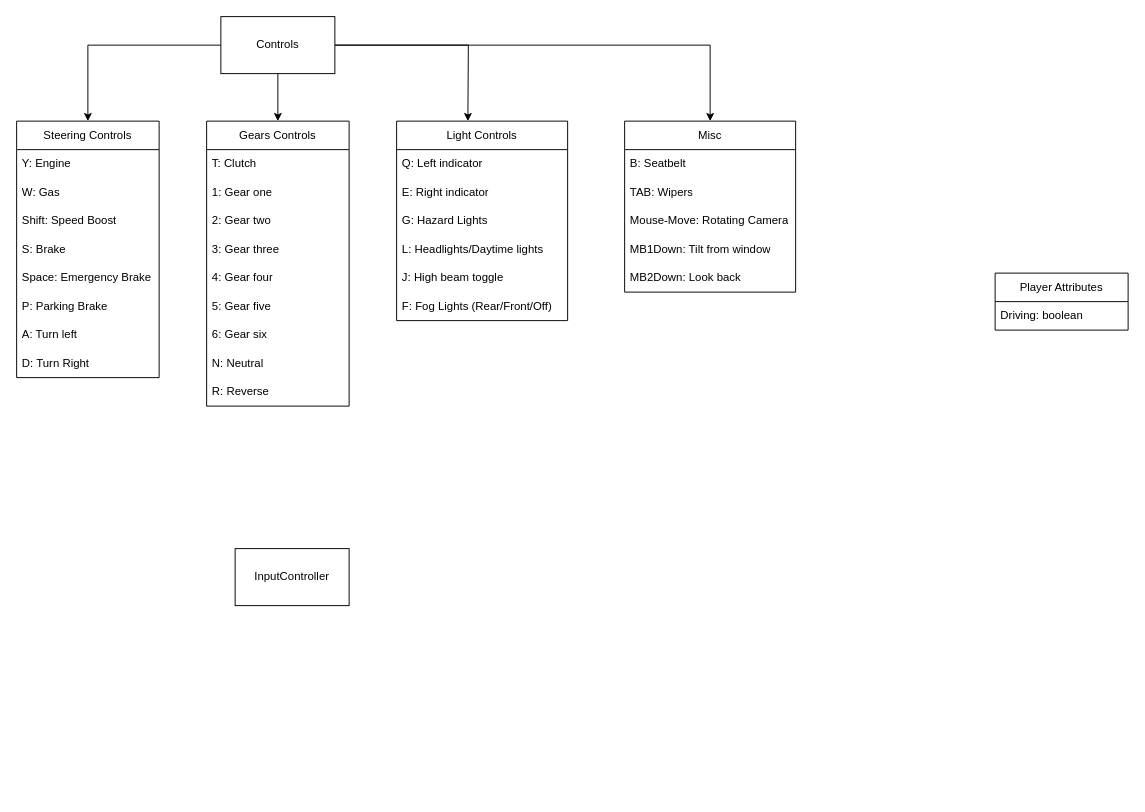
Above: Personal/Car System.drawio in olimaly/Diagrams (draw.io), before the change. Source tidied: cells renumbered, new cells numbered last; positions are measured from the earlier drawing's top-left corner, leaving out a move shared by most shapes. Both pictures are drawn from the tidied source at 95%, with x=0, y=0 at pixel (16, 16).
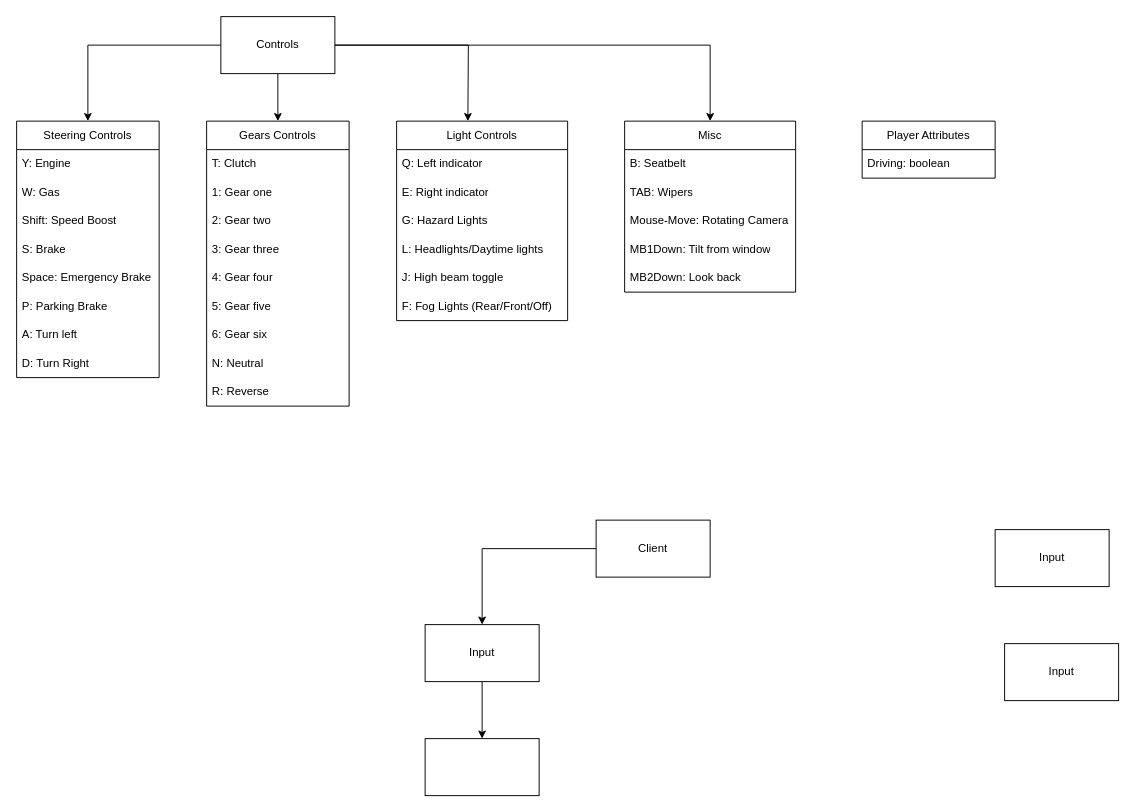
Above is the later version.

Change to the diagram source:
```diff
@@
+    <mxCell id="42" style="edgeStyle=orthogonalEdgeStyle;rounded=0;jettySize=auto;html=1;" parent="1" edge="1" source="2" target="43">
+      <mxGeometry relative="1" as="geometry" />
+    </mxCell>
-    <mxCell id="2" value="InputController" style="rounded=0;whiteSpace=wrap;html=1;" parent="1" vertex="1">
-      <mxGeometry x="230" y="560" width="120" height="60" as="geometry" />
+    <mxCell id="2" value="Input" style="rounded=0;whiteSpace=wrap;html=1;" parent="1" vertex="1">
+      <mxGeometry x="430" y="640" width="120" height="60" as="geometry" />
     </mxCell>
     <mxCell id="3" value="Player Attributes" style="swimlane;fontStyle=0;horizontal=1;startSize=30;whiteSpace=wrap;html=1;" parent="1" vertex="1">
-      <mxGeometry x="1030" y="270" width="140" height="60" as="geometry" />
+      <mxGeometry x="890" y="110" width="140" height="60" as="geometry" />
     </mxCell>
@@
+    <mxCell id="43" style="whiteSpace=wrap;html=1;rounded=0;" parent="1" vertex="1">
+      <mxGeometry x="430" y="760" width="120" height="60" as="geometry" />
+    </mxCell>
+    <mxCell id="44" style="edgeStyle=orthogonalEdgeStyle;rounded=0;jettySize=auto;html=1;" parent="1" edge="1" source="45" target="2">
+      <mxGeometry relative="1" as="geometry" />
+    </mxCell>
+    <mxCell id="45" value="Client" style="rounded=0;whiteSpace=wrap;html=1;" parent="1" vertex="1">
+      <mxGeometry x="610" y="530" width="120" height="60" as="geometry" />
+    </mxCell>
+    <mxCell id="46" value="Input" style="rounded=0;whiteSpace=wrap;html=1;" parent="1" vertex="1">
+      <mxGeometry x="1030" y="540" width="120" height="60" as="geometry" />
+    </mxCell>
+    <mxCell id="47" value="Input" style="rounded=0;whiteSpace=wrap;html=1;" parent="1" vertex="1">
+      <mxGeometry x="1040" y="660" width="120" height="60" as="geometry" />
+    </mxCell>
```
